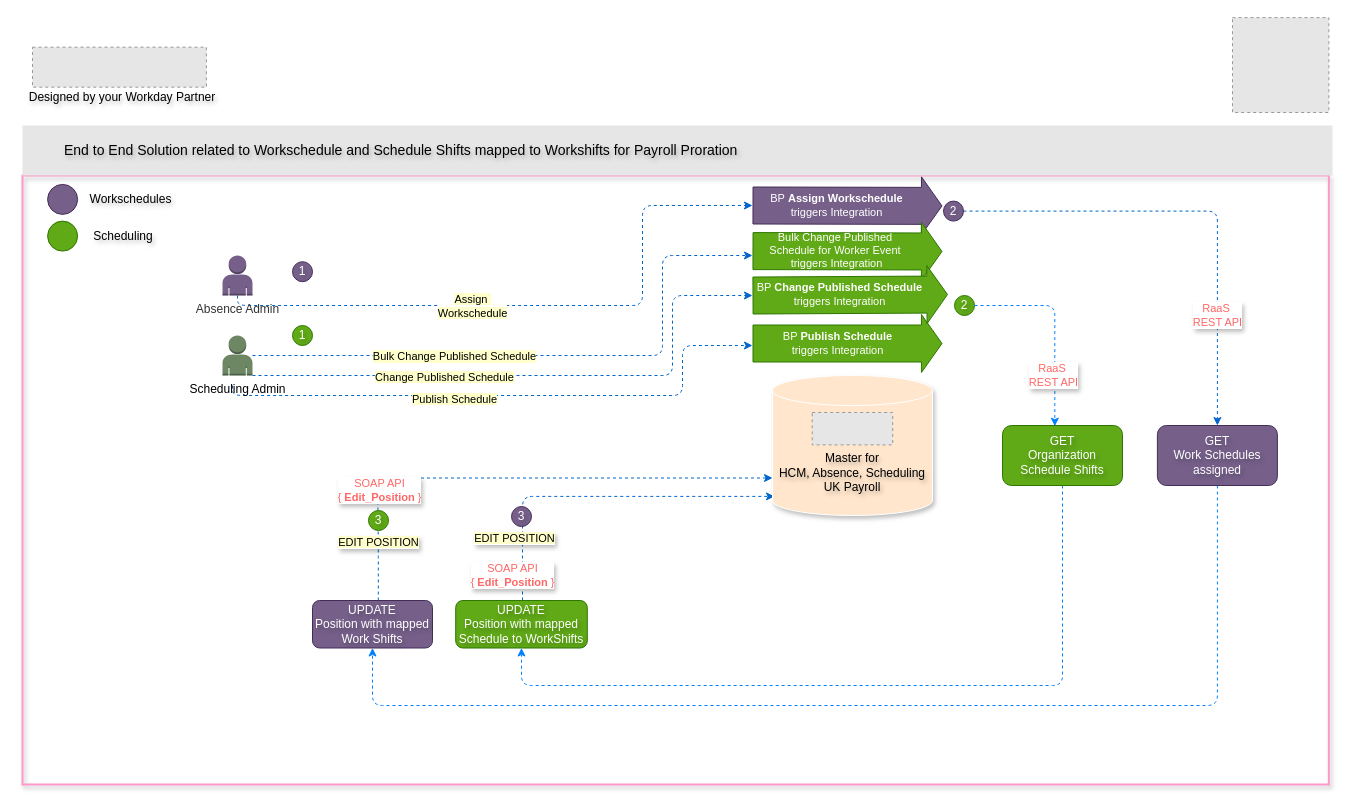
Above: Leonardo Hotels Boomerang v1.drawio in sandyaroma/sandyaroma (draw.io), before the change. Source tidied: cells renumbered, new cells numbered last; positions are measured from the earlier drawing's top-left corner, leaving out a move shared by most shapes. Both pictures are drawn from the tidied source at 100%, with x=0, y=0 at pixel (22, 17). Pictures stored in the file or linked from it are replaced by grey dashed boxes.
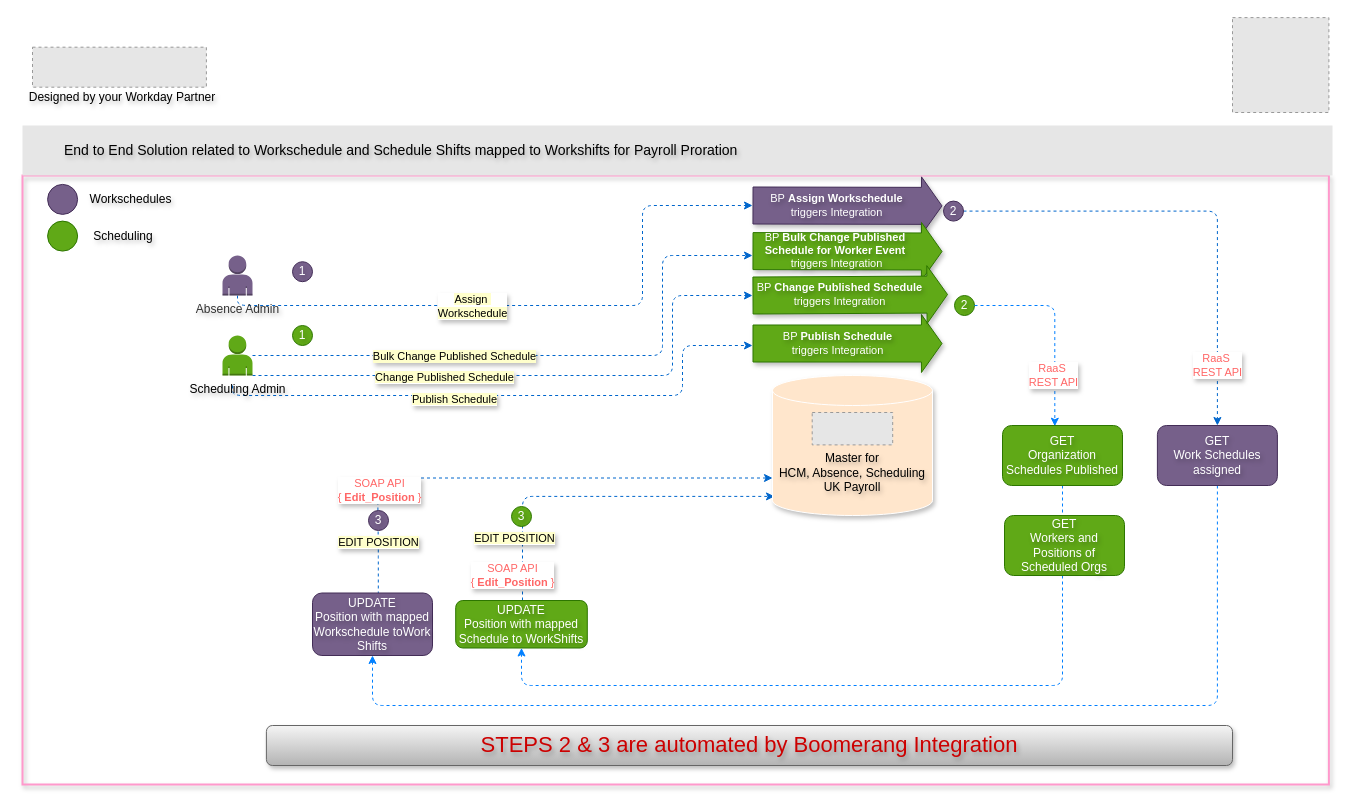
Above is the later version.

Commit message:
Mettre à jour Leonardo Hotels Boomerang v1.drawio

Unchanged cells that the change refers to:
```xml
<mxCell id="9" value="GET&lt;div&gt;Work Schedules&lt;/div&gt;&lt;div&gt;assigned&lt;/div&gt;" style="rounded=1;whiteSpace=wrap;html=1;fillColor=#76608a;strokeColor=#432D57;textShadow=1;fontColor=#ffffff;" parent="1" vertex="1">
  <mxGeometry x="1134.9" y="408" width="120" height="60" as="geometry" />
</mxCell>
<mxCell id="29" value="2" style="ellipse;whiteSpace=wrap;html=1;fillColor=#60a917;strokeColor=#2D7600;fontColor=#ffffff;align=center;verticalAlign=middle;fontFamily=Helvetica;fontSize=12;textShadow=1;" parent="1" vertex="1">
  <mxGeometry x="932" y="278" width="20" height="20" as="geometry" />
</mxCell>
<mxCell id="37" value="2" style="ellipse;whiteSpace=wrap;html=1;fillColor=#76608a;strokeColor=#432D57;fontColor=#ffffff;align=center;verticalAlign=middle;fontFamily=Helvetica;fontSize=12;textShadow=1;" parent="1" vertex="1">
  <mxGeometry x="921" y="183.6" width="20" height="20" as="geometry" />
</mxCell>
<mxCell id="52" value="&lt;div&gt;UPDATE&lt;/div&gt;&lt;div&gt;Position with mapped&lt;/div&gt;Schedule to WorkShifts" style="rounded=1;whiteSpace=wrap;html=1;fillColor=#60a917;strokeColor=#2D7600;textShadow=1;fontColor=#ffffff;" parent="1" vertex="1">
  <mxGeometry x="433.2" y="583" width="131.6" height="47.5" as="geometry" />
</mxCell>
```

Diff of the diagram source:
```diff
@@
-    <mxCell id="2" style="edgeStyle=orthogonalEdgeStyle;rounded=1;orthogonalLoop=1;jettySize=auto;html=1;entryX=0;entryY=0;entryDx=0;entryDy=97.5;entryPerimeter=0;curved=0;dashed=1;strokeColor=#0066CC;" parent="1" edge="1">
+    <mxCell id="2" style="edgeStyle=orthogonalEdgeStyle;rounded=1;orthogonalLoop=1;jettySize=auto;html=1;entryX=0;entryY=0;entryDx=0;entryDy=97.5;entryPerimeter=0;curved=0;dashed=1;strokeColor=#0066CC;textShadow=1;" parent="1" edge="1">
       <mxGeometry relative="1" as="geometry">
         <mxPoint x="355.8" y="583" as="sourcePoint" />
         <mxPoint x="750" y="460.5" as="targetPoint" />
         <Array as="points">
           <mxPoint x="356.1" y="530" />
           <mxPoint x="355.1" y="461" />
         </Array>
       </mxGeometry>
     </mxCell>
-    <mxCell id="3" style="edgeStyle=orthogonalEdgeStyle;rounded=1;orthogonalLoop=1;jettySize=auto;html=1;entryX=0.013;entryY=0.828;entryDx=0;entryDy=0;entryPerimeter=0;curved=0;dashed=1;strokeColor=#0066CC;" parent="1" edge="1">
+    <mxCell id="3" style="edgeStyle=orthogonalEdgeStyle;rounded=1;orthogonalLoop=1;jettySize=auto;html=1;entryX=0.013;entryY=0.828;entryDx=0;entryDy=0;entryPerimeter=0;curved=0;dashed=1;strokeColor=#0066CC;textShadow=1;" parent="1" edge="1">
       <mxGeometry relative="1" as="geometry">
         <mxPoint x="500" y="583" as="sourcePoint" />
         <mxPoint x="752" y="478.9" as="targetPoint" />
         <Array as="points">
           <mxPoint x="500" y="479" />
         </Array>
       </mxGeometry>
     </mxCell>
@@
-    <mxCell id="5" style="edgeStyle=orthogonalEdgeStyle;rounded=1;jettySize=auto;html=1;curved=0;dashed=1;strokeColor=#0066CC;entryX=0.5;entryY=0;entryDx=0;entryDy=0;" parent="1" edge="1" source="37" target="9">
+    <mxCell id="5" style="edgeStyle=orthogonalEdgeStyle;rounded=1;jettySize=auto;html=1;curved=0;dashed=1;strokeColor=#0066CC;entryX=0.5;entryY=0;entryDx=0;entryDy=0;textShadow=1;" parent="1" edge="1" source="37" target="9">
       <mxGeometry relative="1" as="geometry" />
     </mxCell>
@@
-    <mxCell id="8" style="edgeStyle=orthogonalEdgeStyle;rounded=1;jettySize=auto;html=1;curved=0;dashed=1;strokeColor=#007FFF;exitX=0.5;exitY=1;exitDx=0;exitDy=0;entryX=0.5;entryY=1;entryDx=0;entryDy=0;" parent="1" edge="1" source="9" target="51">
+    <mxCell id="8" style="edgeStyle=orthogonalEdgeStyle;rounded=1;jettySize=auto;html=1;curved=0;dashed=1;strokeColor=#007FFF;exitX=0.5;exitY=1;exitDx=0;exitDy=0;entryX=0.5;entryY=1;entryDx=0;entryDy=0;textShadow=1;" parent="1" edge="1" source="9" target="51">
       <mxGeometry relative="1" as="geometry">
         <Array as="points">
           <mxPoint x="1195" y="688" />
           <mxPoint x="350" y="688" />
         </Array>
       </mxGeometry>
     </mxCell>
@@
-    <mxCell id="19" style="edgeStyle=orthogonalEdgeStyle;rounded=1;jettySize=auto;html=1;dashed=1;strokeColor=#0066CC;curved=0;" parent="1" edge="1" source="50">
+    <mxCell id="19" style="edgeStyle=orthogonalEdgeStyle;rounded=1;jettySize=auto;html=1;dashed=1;strokeColor=#0066CC;curved=0;textShadow=1;" parent="1" edge="1" source="50">
       <mxGeometry relative="1" as="geometry">
         <mxPoint x="730" y="188" as="targetPoint" />
         <Array as="points">
           <mxPoint x="215" y="288" />
           <mxPoint x="620" y="288" />
           <mxPoint x="620" y="188" />
         </Array>
       </mxGeometry>
     </mxCell>
-    <mxCell id="20" value="&lt;span style=&quot;background-color: rgb(255, 255, 204);&quot;&gt;Assign&amp;nbsp;&lt;/span&gt;&lt;div&gt;&lt;span style=&quot;background-color: rgb(255, 255, 204);&quot;&gt;Workschedule&lt;/span&gt;&lt;/div&gt;" style="edgeLabel;html=1;align=center;verticalAlign=middle;" parent="19" vertex="1">
+    <mxCell id="20" value="&lt;span style=&quot;background-color: rgb(255, 255, 204);&quot;&gt;Assign&amp;nbsp;&lt;/span&gt;&lt;div&gt;&lt;span style=&quot;background-color: rgb(255, 255, 204);&quot;&gt;Workschedule&lt;/span&gt;&lt;/div&gt;" style="edgeLabel;html=1;align=center;verticalAlign=middle;textShadow=1;" parent="19" vertex="1">
       <mxGeometry x="-0.3" y="-3" relative="1" as="geometry">
         <mxPoint x="25" y="-3" as="offset" />
       </mxGeometry>
     </mxCell>
-    <mxCell id="21" value="3" style="ellipse;whiteSpace=wrap;html=1;fillColor=#76608a;strokeColor=#432D57;fontColor=#ffffff;align=center;verticalAlign=middle;fontFamily=Helvetica;fontSize=12;textShadow=1;" parent="1" vertex="1">
+    <mxCell id="21" value="3" style="ellipse;whiteSpace=wrap;html=1;fillColor=#60a917;strokeColor=#2D7600;fontColor=#ffffff;align=center;verticalAlign=middle;fontFamily=Helvetica;fontSize=12;textShadow=1;" parent="1" vertex="1">
       <mxGeometry x="489" y="489" width="20" height="20" as="geometry" />
     </mxCell>
-    <mxCell id="22" style="edgeStyle=orthogonalEdgeStyle;rounded=1;orthogonalLoop=1;jettySize=auto;html=1;curved=0;dashed=1;strokeColor=#0066CC;" parent="1" edge="1">
+    <mxCell id="22" style="edgeStyle=orthogonalEdgeStyle;rounded=1;orthogonalLoop=1;jettySize=auto;html=1;curved=0;dashed=1;strokeColor=#0066CC;textShadow=1;" parent="1" edge="1">
       <mxGeometry relative="1" as="geometry">
         <mxPoint x="210" y="368" as="sourcePoint" />
         <mxPoint x="730" y="328" as="targetPoint" />
         <Array as="points">
           <mxPoint x="210" y="378" />
           <mxPoint x="660" y="378" />
           <mxPoint x="660" y="328" />
         </Array>
       </mxGeometry>
     </mxCell>
-    <mxCell id="23" value="&lt;span style=&quot;background-color: rgb(255, 255, 204);&quot;&gt;Publish Schedule&lt;/span&gt;" style="edgeLabel;html=1;align=center;verticalAlign=middle;" parent="22" vertex="1">
+    <mxCell id="23" value="&lt;span style=&quot;background-color: rgb(255, 255, 204);&quot;&gt;Publish Schedule&lt;/span&gt;" style="edgeLabel;html=1;align=center;verticalAlign=middle;textShadow=1;" parent="22" vertex="1">
       <mxGeometry x="-0.25" y="1" relative="1" as="geometry">
         <mxPoint x="13" y="4" as="offset" />
       </mxGeometry>
     </mxCell>
@@
-    <mxCell id="26" style="edgeStyle=orthogonalEdgeStyle;rounded=1;jettySize=auto;html=1;curved=0;dashed=1;strokeColor=#007FFF;exitX=0.5;exitY=1;exitDx=0;exitDy=0;entryX=0.5;entryY=1;entryDx=0;entryDy=0;" parent="1" edge="1" source="27" target="52">
+    <mxCell id="26" style="edgeStyle=orthogonalEdgeStyle;rounded=1;jettySize=auto;html=1;curved=0;dashed=1;strokeColor=#007FFF;exitX=0.5;exitY=1;exitDx=0;exitDy=0;entryX=0.5;entryY=1;entryDx=0;entryDy=0;textShadow=1;" parent="1" edge="1" source="27" target="52">
       <mxGeometry relative="1" as="geometry">
         <Array as="points">
           <mxPoint x="1040" y="668" />
           <mxPoint x="499" y="668" />
         </Array>
       </mxGeometry>
     </mxCell>
-    <mxCell id="27" value="GET&lt;div&gt;Organization Schedule Shifts&lt;/div&gt;" style="rounded=1;whiteSpace=wrap;html=1;fillColor=#60a917;strokeColor=#2D7600;textShadow=1;fontColor=#ffffff;" parent="1" vertex="1">
+    <mxCell id="27" value="GET&lt;div&gt;Organization Schedules Published&lt;/div&gt;" style="rounded=1;whiteSpace=wrap;html=1;fillColor=#60a917;strokeColor=#2D7600;textShadow=1;fontColor=#ffffff;" parent="1" vertex="1">
       <mxGeometry x="980" y="408" width="120" height="60" as="geometry" />
     </mxCell>
     <mxCell id="28" value="&lt;font color=&quot;#ff6666&quot;&gt;RaaS&amp;nbsp;&lt;/font&gt;&lt;div&gt;&lt;font color=&quot;#ff6666&quot;&gt;REST API&lt;/font&gt;&lt;/div&gt;" style="edgeLabel;html=1;align=center;verticalAlign=middle;textShadow=1;" parent="1" vertex="1">
-      <mxGeometry x="1194.9" y="298" as="geometry">
+      <mxGeometry x="1194.9" y="348" as="geometry">
         <mxPoint y="-1" as="offset" />
       </mxGeometry>
     </mxCell>
@@
-    <mxCell id="30" value="3" style="ellipse;whiteSpace=wrap;html=1;fillColor=#60a917;strokeColor=#2D7600;fontColor=#ffffff;align=center;verticalAlign=middle;fontFamily=Helvetica;fontSize=12;textShadow=1;" parent="1" vertex="1">
+    <mxCell id="30" value="3" style="ellipse;whiteSpace=wrap;html=1;fillColor=#76608a;strokeColor=#432D57;fontColor=#ffffff;align=center;verticalAlign=middle;fontFamily=Helvetica;fontSize=12;textShadow=1;" parent="1" vertex="1">
       <mxGeometry x="346" y="493" width="20" height="20" as="geometry" />
     </mxCell>
@@
-    <mxCell id="33" style="shape=flexArrow;endArrow=classic;html=1;rounded=0;width=37;endSize=6.52;fillColor=#60a917;strokeColor=#2D7600;" parent="1" edge="1">
+    <mxCell id="33" style="shape=flexArrow;endArrow=classic;html=1;rounded=0;width=37;endSize=6.52;fillColor=#60a917;strokeColor=#2D7600;shadow=1;textShadow=1;" parent="1" edge="1">
       <mxGeometry relative="1" as="geometry">
         <mxPoint x="730" y="326" as="sourcePoint" />
         <mxPoint x="920" y="326" as="targetPoint" />
       </mxGeometry>
     </mxCell>
-    <mxCell id="34" value="&lt;font style=&quot;color: rgb(255, 255, 255);&quot;&gt;BP&amp;nbsp;&lt;b&gt;Publish Schedule&lt;/b&gt;&lt;/font&gt;&lt;div&gt;&lt;font style=&quot;color: rgb(255, 255, 255);&quot;&gt;triggers Integration&lt;/font&gt;&lt;/div&gt;" style="edgeLabel;html=1;align=center;verticalAlign=middle;labelBackgroundColor=none;" parent="33" vertex="1">
+    <mxCell id="34" value="&lt;font style=&quot;color: rgb(255, 255, 255);&quot;&gt;BP&amp;nbsp;&lt;b&gt;Publish Schedule&lt;/b&gt;&lt;/font&gt;&lt;div&gt;&lt;font style=&quot;color: rgb(255, 255, 255);&quot;&gt;triggers Integration&lt;/font&gt;&lt;/div&gt;" style="edgeLabel;html=1;align=center;verticalAlign=middle;labelBackgroundColor=none;textShadow=1;" parent="33" vertex="1">
       <mxGeometry x="-0.15" y="-7" relative="1" as="geometry">
         <mxPoint x="3" y="-8" as="offset" />
       </mxGeometry>
     </mxCell>
-    <mxCell id="35" style="shape=flexArrow;endArrow=classic;html=1;rounded=0;width=37;endSize=6.52;fillColor=#76608a;strokeColor=#432D57;" parent="1" edge="1">
+    <mxCell id="35" style="shape=flexArrow;endArrow=classic;html=1;rounded=0;width=37;endSize=6.52;fillColor=#76608a;strokeColor=#432D57;shadow=1;textShadow=1;" parent="1" edge="1">
       <mxGeometry relative="1" as="geometry">
         <mxPoint x="730" y="188" as="sourcePoint" />
         <mxPoint x="920" y="188.4" as="targetPoint" />
       </mxGeometry>
     </mxCell>
-    <mxCell id="36" value="&lt;div&gt;&lt;font style=&quot;color: rgb(255, 255, 255);&quot;&gt;BP&amp;nbsp;&lt;b&gt;Assign Workschedule&lt;/b&gt;&lt;/font&gt;&lt;div&gt;&lt;font style=&quot;color: rgb(255, 255, 255);&quot;&gt;triggers Integration&lt;/font&gt;&lt;/div&gt;&lt;/div&gt;" style="edgeLabel;html=1;align=center;verticalAlign=middle;labelBackgroundColor=none;" parent="35" vertex="1">
+    <mxCell id="36" value="&lt;div&gt;&lt;font style=&quot;color: rgb(255, 255, 255);&quot;&gt;BP&amp;nbsp;&lt;b&gt;Assign Workschedule&lt;/b&gt;&lt;/font&gt;&lt;div&gt;&lt;font style=&quot;color: rgb(255, 255, 255);&quot;&gt;triggers Integration&lt;/font&gt;&lt;/div&gt;&lt;/div&gt;" style="edgeLabel;html=1;align=center;verticalAlign=middle;labelBackgroundColor=none;textShadow=1;" parent="35" vertex="1">
       <mxGeometry x="-0.15" y="-7" relative="1" as="geometry">
         <mxPoint x="3" y="-8" as="offset" />
       </mxGeometry>
     </mxCell>
@@
-    <mxCell id="38" style="shape=flexArrow;endArrow=classic;html=1;rounded=0;width=37;endSize=6.52;fillColor=#60a917;strokeColor=#2D7600;" parent="1" edge="1">
+    <mxCell id="38" style="shape=flexArrow;endArrow=classic;html=1;rounded=0;width=37;endSize=6.52;fillColor=#60a917;strokeColor=#2D7600;shadow=1;textShadow=1;" parent="1" edge="1">
       <mxGeometry relative="1" as="geometry">
         <mxPoint x="730" y="233.6" as="sourcePoint" />
         <mxPoint x="920" y="234" as="targetPoint" />
       </mxGeometry>
     </mxCell>
-    <mxCell id="39" value="&lt;span&gt;&lt;font style=&quot;color: rgb(255, 255, 255);&quot;&gt;Bulk Change Published&amp;nbsp;&lt;/font&gt;&lt;/span&gt;&lt;div&gt;&lt;span&gt;&lt;font style=&quot;color: rgb(255, 255, 255);&quot;&gt;Schedule for Worker Event&amp;nbsp;&lt;/font&gt;&lt;/span&gt;&lt;/div&gt;&lt;div&gt;&lt;span&gt;&lt;font style=&quot;color: rgb(255, 255, 255);&quot;&gt;triggers Integration&lt;/font&gt;&lt;/span&gt;&lt;/div&gt;" style="edgeLabel;html=1;align=center;verticalAlign=middle;labelBackgroundColor=none;" parent="38" vertex="1">
+    <mxCell id="39" value="&lt;span&gt;&lt;font style=&quot;color: rgb(255, 255, 255);&quot;&gt;BP &lt;b&gt;Bulk Change Published&amp;nbsp;&lt;/b&gt;&lt;/font&gt;&lt;/span&gt;&lt;div&gt;&lt;span&gt;&lt;font style=&quot;color: rgb(255, 255, 255);&quot;&gt;&lt;b&gt;Schedule for Worker Event&lt;/b&gt;&amp;nbsp;&lt;/font&gt;&lt;/span&gt;&lt;/div&gt;&lt;div&gt;&lt;span&gt;&lt;font style=&quot;color: rgb(255, 255, 255);&quot;&gt;triggers Integration&lt;/font&gt;&lt;/span&gt;&lt;/div&gt;" style="edgeLabel;html=1;align=center;verticalAlign=middle;labelBackgroundColor=none;textShadow=1;" parent="38" vertex="1">
       <mxGeometry x="-0.15" y="-7" relative="1" as="geometry">
         <mxPoint x="3" y="-8" as="offset" />
       </mxGeometry>
     </mxCell>
-    <mxCell id="40" style="edgeStyle=orthogonalEdgeStyle;rounded=1;jettySize=auto;html=1;curved=0;dashed=1;strokeColor=#0066CC;" parent="1" edge="1" source="44">
+    <mxCell id="40" style="edgeStyle=orthogonalEdgeStyle;rounded=1;jettySize=auto;html=1;curved=0;dashed=1;strokeColor=#0066CC;textShadow=1;" parent="1" edge="1" source="44">
       <mxGeometry relative="1" as="geometry">
         <mxPoint x="730" y="278" as="targetPoint" />
         <Array as="points">
           <mxPoint x="650" y="358" />
           <mxPoint x="650" y="278" />
         </Array>
       </mxGeometry>
     </mxCell>
-    <mxCell id="41" value="&lt;span style=&quot;background-color: rgb(255, 255, 204);&quot;&gt;Change Published Schedule&lt;/span&gt;" style="edgeLabel;html=1;align=center;verticalAlign=middle;" parent="40" vertex="1">
+    <mxCell id="41" value="&lt;span style=&quot;background-color: rgb(255, 255, 204);&quot;&gt;Change Published Schedule&lt;/span&gt;" style="edgeLabel;html=1;align=center;verticalAlign=middle;textShadow=1;" parent="40" vertex="1">
       <mxGeometry x="-0.34" y="-1" relative="1" as="geometry" />
     </mxCell>
-    <mxCell id="42" style="edgeStyle=orthogonalEdgeStyle;rounded=1;jettySize=auto;html=1;curved=0;dashed=1;strokeColor=#0066CC;" parent="1" edge="1" source="44">
+    <mxCell id="42" style="edgeStyle=orthogonalEdgeStyle;rounded=1;jettySize=auto;html=1;curved=0;dashed=1;strokeColor=#0066CC;textShadow=1;" parent="1" edge="1" source="44">
       <mxGeometry relative="1" as="geometry">
         <mxPoint x="730" y="238" as="targetPoint" />
         <Array as="points">
           <mxPoint x="640" y="338" />
           <mxPoint x="640" y="238" />
         </Array>
       </mxGeometry>
     </mxCell>
-    <mxCell id="43" value="&lt;span&gt;Bulk Change Published Schedule&lt;/span&gt;" style="edgeLabel;html=1;align=center;verticalAlign=middle;labelBackgroundColor=#FFFFCC;" parent="42" vertex="1">
+    <mxCell id="43" value="&lt;span&gt;Bulk Change Published Schedule&lt;/span&gt;" style="edgeLabel;html=1;align=center;verticalAlign=middle;labelBackgroundColor=#FFFFCC;textShadow=1;" parent="42" vertex="1">
       <mxGeometry x="-0.33" relative="1" as="geometry" />
     </mxCell>
-    <mxCell id="44" value="&lt;font style=&quot;color: rgb(0, 0, 0);&quot;&gt;Scheduling Admin&lt;/font&gt;" style="outlineConnect=0;dashed=0;verticalLabelPosition=bottom;verticalAlign=top;align=center;html=1;shape=mxgraph.aws3.user;fillColor=#6d8764;strokeColor=#3A5431;fontColor=#ffffff;" parent="1" vertex="1">
+    <mxCell id="44" value="&lt;font style=&quot;color: rgb(0, 0, 0);&quot;&gt;Scheduling Admin&lt;/font&gt;" style="outlineConnect=0;dashed=0;verticalLabelPosition=bottom;verticalAlign=top;align=center;html=1;shape=mxgraph.aws3.user;fillColor=#60a917;strokeColor=#2D7600;fontColor=#ffffff;textShadow=1;" parent="1" vertex="1">
       <mxGeometry x="200" y="318" width="30" height="40" as="geometry" />
     </mxCell>
-    <mxCell id="45" style="shape=flexArrow;endArrow=classic;html=1;rounded=0;width=37;endSize=6.52;fillColor=#60a917;strokeColor=#2D7600;" parent="1" edge="1">
+    <mxCell id="45" style="shape=flexArrow;endArrow=classic;html=1;rounded=0;width=37;endSize=6.52;fillColor=#60a917;strokeColor=#2D7600;shadow=1;textShadow=1;" parent="1" edge="1">
       <mxGeometry relative="1" as="geometry">
         <mxPoint x="730" y="278" as="sourcePoint" />
         <mxPoint x="925.5" y="277" as="targetPoint" />
       </mxGeometry>
     </mxCell>
-    <mxCell id="46" value="&lt;font style=&quot;color: rgb(255, 255, 255);&quot;&gt;BP &lt;b&gt;Change Published Schedule&lt;/b&gt;&lt;/font&gt;&lt;div&gt;&lt;span&gt;&lt;font style=&quot;color: rgb(255, 255, 255);&quot;&gt;triggers Integration&lt;/font&gt;&lt;/span&gt;&lt;/div&gt;" style="edgeLabel;html=1;align=center;verticalAlign=middle;labelBackgroundColor=none;" parent="45" vertex="1">
+    <mxCell id="46" value="&lt;font style=&quot;color: rgb(255, 255, 255);&quot;&gt;BP &lt;b&gt;Change Published Schedule&lt;/b&gt;&lt;/font&gt;&lt;div&gt;&lt;span&gt;&lt;font style=&quot;color: rgb(255, 255, 255);&quot;&gt;triggers Integration&lt;/font&gt;&lt;/span&gt;&lt;/div&gt;" style="edgeLabel;html=1;align=center;verticalAlign=middle;labelBackgroundColor=none;textShadow=1;" parent="45" vertex="1">
       <mxGeometry x="-0.15" y="-7" relative="1" as="geometry">
         <mxPoint x="3" y="-8" as="offset" />
       </mxGeometry>
     </mxCell>
-    <mxCell id="47" style="edgeStyle=orthogonalEdgeStyle;rounded=1;jettySize=auto;html=1;entryX=0.436;entryY=0.012;entryDx=0;entryDy=0;entryPerimeter=0;curved=0;dashed=1;strokeColor=#007FFF;" parent="1" edge="1" source="29" target="27">
+    <mxCell id="47" style="edgeStyle=orthogonalEdgeStyle;rounded=1;jettySize=auto;html=1;entryX=0.436;entryY=0.012;entryDx=0;entryDy=0;entryPerimeter=0;curved=0;dashed=1;strokeColor=#007FFF;textShadow=1;" parent="1" edge="1" source="29" target="27">
       <mxGeometry relative="1" as="geometry" />
     </mxCell>
@@
-    <mxCell id="50" value="&lt;font style=&quot;color: rgb(51, 51, 51);&quot;&gt;Absence Admin&lt;/font&gt;" style="outlineConnect=0;dashed=0;verticalLabelPosition=bottom;verticalAlign=top;align=center;html=1;shape=mxgraph.aws3.user;fillColor=#76608a;strokeColor=#432D57;fontColor=#ffffff;" parent="1" vertex="1">
+    <mxCell id="50" value="&lt;font style=&quot;color: rgb(51, 51, 51);&quot;&gt;Absence Admin&lt;/font&gt;" style="outlineConnect=0;dashed=0;verticalLabelPosition=bottom;verticalAlign=top;align=center;html=1;shape=mxgraph.aws3.user;fillColor=#76608a;strokeColor=#432D57;fontColor=#ffffff;textShadow=1;" parent="1" vertex="1">
       <mxGeometry x="200" y="238" width="30" height="40" as="geometry" />
     </mxCell>
-    <mxCell id="51" value="&lt;div&gt;UPDATE&lt;/div&gt;&lt;div&gt;Position with mapped&lt;/div&gt;Work Shifts" style="rounded=1;whiteSpace=wrap;html=1;fillColor=#76608a;strokeColor=#432D57;textShadow=1;fontColor=#ffffff;" parent="1" vertex="1">
-      <mxGeometry x="290" y="583" width="120" height="47.5" as="geometry" />
+    <mxCell id="51" value="&lt;div&gt;UPDATE&lt;/div&gt;&lt;div&gt;Position with mapped&lt;/div&gt;Workschedule toWork Shifts" style="rounded=1;whiteSpace=wrap;html=1;fillColor=#76608a;strokeColor=#432D57;textShadow=1;fontColor=#ffffff;" parent="1" vertex="1">
+      <mxGeometry x="290" y="575.5" width="120" height="62.5" as="geometry" />
     </mxCell>
@@
+    <mxCell id="53" value="&lt;font style=&quot;font-size: 22px; color: rgb(204, 0, 0);&quot;&gt;STEPS 2 &amp;amp; 3 are automated by Boomerang Integration&lt;/font&gt;" style="rounded=1;whiteSpace=wrap;html=1;shadow=1;fillColor=#f5f5f5;strokeColor=#666666;gradientColor=#b3b3b3;textShadow=1;" parent="1" vertex="1">
+      <mxGeometry x="243.9" y="708" width="966.1" height="40" as="geometry" />
+    </mxCell>
+    <mxCell id="54" value="GET&lt;div&gt;Workers and Positions of Scheduled Orgs&lt;/div&gt;" style="rounded=1;whiteSpace=wrap;html=1;fillColor=#60a917;strokeColor=#2D7600;textShadow=1;fontColor=#ffffff;" parent="1" vertex="1">
+      <mxGeometry x="982" y="498" width="120" height="60" as="geometry" />
+    </mxCell>
```
